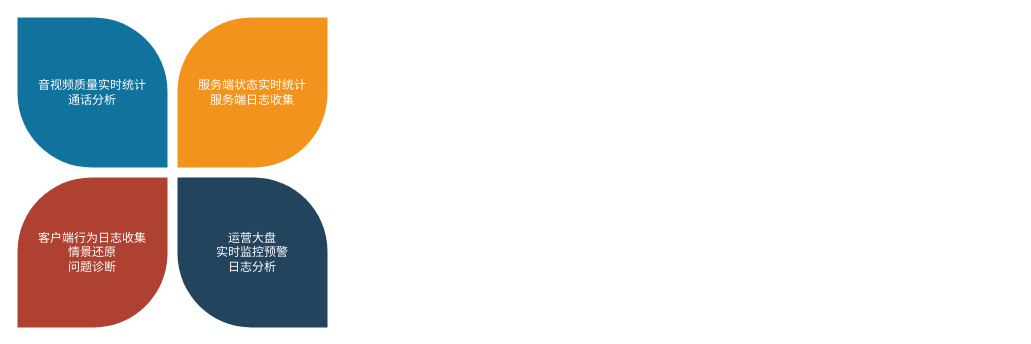
shushenghong/test keeps this draw.io diagram as 质量运营循环.drawio. Above is the earlier version. Source tidied: cells renumbered, new cells numbered last; positions are measured from the earlier drawing's top-left corner, leaving out a move shared by most shapes. Both pictures are drawn from the tidied source at 100%, with x=0, y=0 at pixel (17, 17).
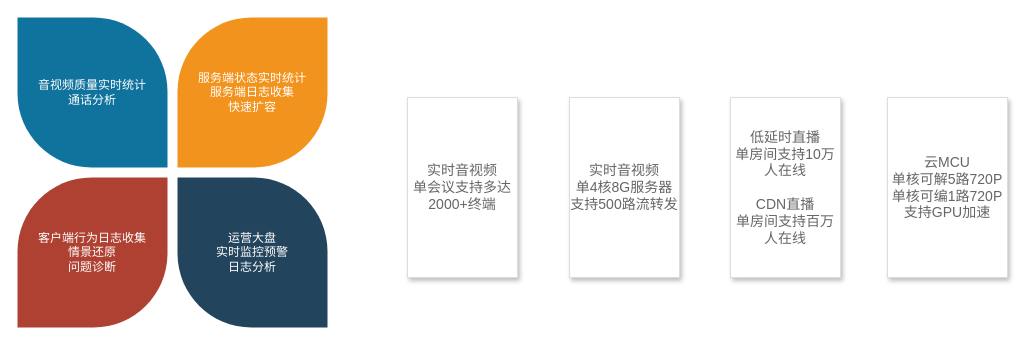
Above is the later version.

Commit message (it also covers changes not shown here):
更新质量运营循环.drawio

What changed in the source:
```diff
@@
 <mxGraphModel>
   <root>
     <mxCell id="0" />
     <mxCell id="1" parent="0" />
     <mxCell id="2" value="音视频质量实时统计&lt;br&gt;通话分析" style="shape=mxgraph.basic.diag_round_rect;dx=37;flipH=1;html=1;fillColor=#10739E;strokeColor=none;shadow=0;fontSize=12;fontColor=#FFFFFF;align=center;fontStyle=0;whiteSpace=wrap;strokeWidth=8;" parent="1" vertex="1">
       <mxGeometry width="150" height="150" as="geometry" />
     </mxCell>
-    <mxCell id="3" value="服务端状态实时统计&lt;br&gt;服务端日志收集" style="shape=mxgraph.basic.diag_round_rect;dx=37;html=1;fillColor=#F2931E;strokeColor=none;shadow=0;fontSize=12;fontColor=#FFFFFF;align=center;fontStyle=0;whiteSpace=wrap;strokeWidth=8;" parent="1" vertex="1">
+    <mxCell id="3" value="服务端状态实时统计&lt;br&gt;服务端日志收集&lt;br&gt;快速扩容" style="shape=mxgraph.basic.diag_round_rect;dx=37;html=1;fillColor=#F2931E;strokeColor=none;shadow=0;fontSize=12;fontColor=#FFFFFF;align=center;fontStyle=0;whiteSpace=wrap;strokeWidth=8;" parent="1" vertex="1">
       <mxGeometry x="160" width="150" height="150" as="geometry" />
     </mxCell>
     <mxCell id="4" value="客户端行为日志收集&lt;br&gt;情景还原&lt;br&gt;问题诊断" style="shape=mxgraph.basic.diag_round_rect;dx=37;flipH=1;flipV=1;html=1;fillColor=#AE4132;strokeColor=none;shadow=0;fontSize=12;fontColor=#FFFFFF;align=center;fontStyle=0;whiteSpace=wrap;strokeWidth=8;" parent="1" vertex="1">
       <mxGeometry y="160" width="150" height="150" as="geometry" />
     </mxCell>
     <mxCell id="5" value="运营大盘&lt;br&gt;实时监控预警&lt;br&gt;日志分析" style="shape=mxgraph.basic.diag_round_rect;dx=37;flipV=1;html=1;fillColor=#23445D;strokeColor=none;shadow=0;fontSize=12;fontColor=#FFFFFF;align=center;fontStyle=0;whiteSpace=wrap;strokeWidth=8;" parent="1" vertex="1">
       <mxGeometry x="160" y="160" width="150" height="150" as="geometry" />
     </mxCell>
+    <mxCell id="6" value="实时音视频&lt;br&gt;单会议支持多达2000+终端" style="whiteSpace=wrap;html=1;fontSize=14;shadow=1;strokeColor=#DDDDDD;fontColor=#666666;" parent="1" vertex="1">
+      <mxGeometry x="390" y="80" width="110" height="180" as="geometry" />
+    </mxCell>
+    <mxCell id="7" value="实时音视频&lt;br&gt;单4核8G服务器&lt;br&gt;支持500路流转发" style="whiteSpace=wrap;html=1;fontSize=14;shadow=1;strokeColor=#DDDDDD;fontColor=#666666;" parent="1" vertex="1">
+      <mxGeometry x="552" y="80" width="110" height="180" as="geometry" />
+    </mxCell>
+    <mxCell id="8" value="&lt;div&gt;云MCU&lt;/div&gt;&lt;div&gt;单核可解5路720P&lt;/div&gt;&lt;div&gt;单核可编1路720P&lt;/div&gt;&lt;div&gt;支持GPU加速&lt;/div&gt;" style="whiteSpace=wrap;html=1;fontSize=14;shadow=1;strokeColor=#DDDDDD;fontColor=#666666;" parent="1" vertex="1">
+      <mxGeometry x="870" y="80" width="120" height="180" as="geometry" />
+    </mxCell>
+    <mxCell id="9" value="低延时直播&lt;br&gt;单房间支持10万人在线&lt;br&gt;&lt;br&gt;CDN直播&lt;br&gt;单房间支持百万人在线" style="whiteSpace=wrap;html=1;fontSize=14;shadow=1;strokeColor=#DDDDDD;fontColor=#666666;" parent="1" vertex="1">
+      <mxGeometry x="713" y="80" width="110" height="180" as="geometry" />
+    </mxCell>
   </root>
 </mxGraphModel>
```
